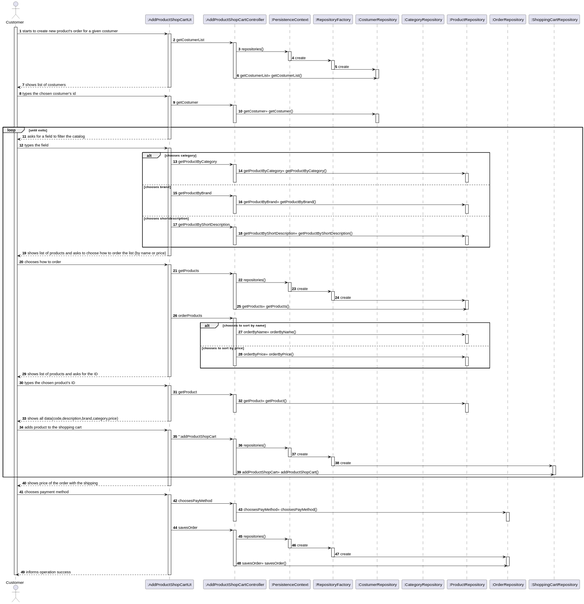
marttuga/LAPR4-SmartSystems keeps this PlantUML diagram as docs/Sprint3/US1501/US1501_SD.svg. Above is the earlier version.
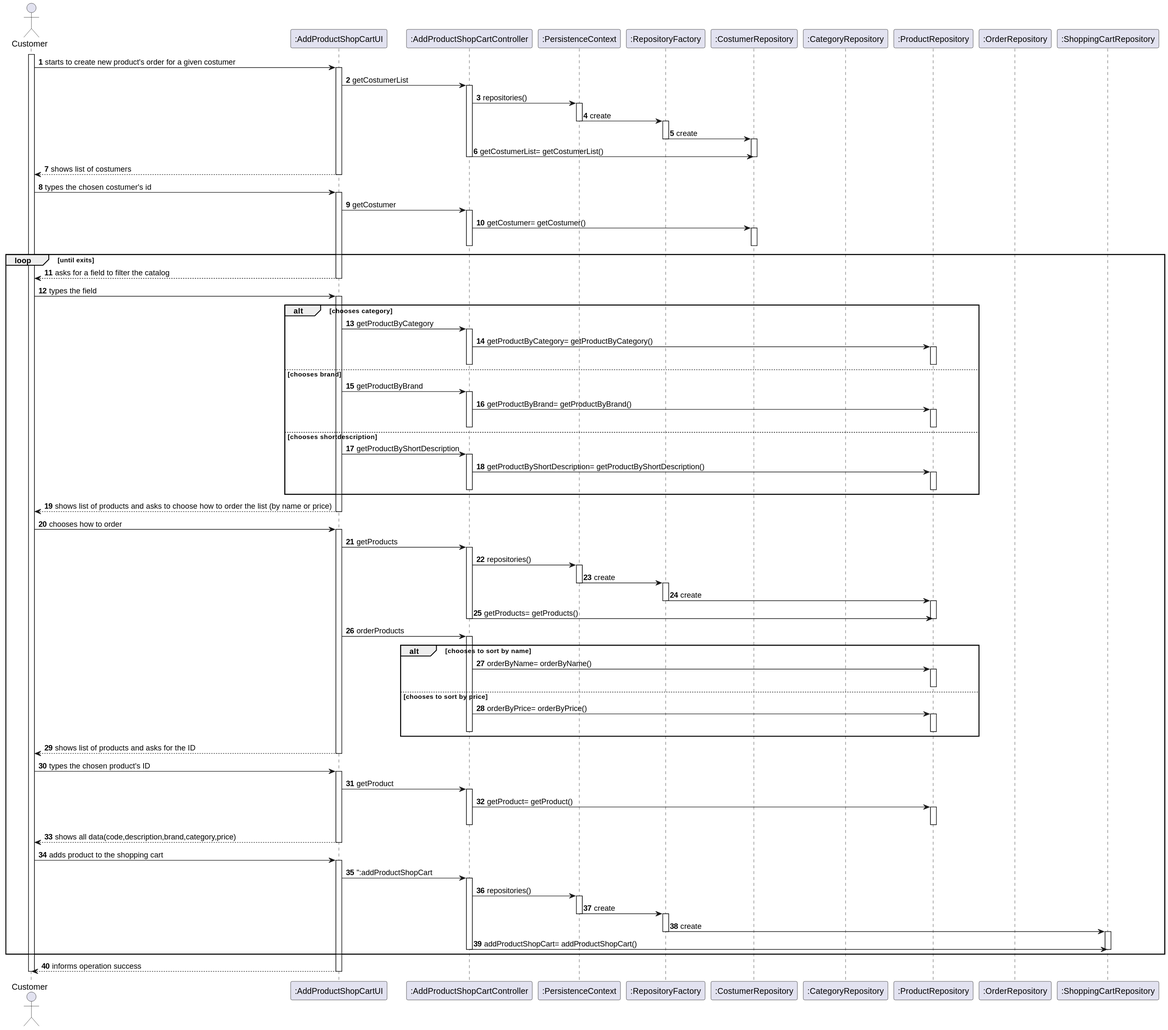
After the commit.

Diff of the diagram source:
```diff
@@ -160,39 +160,7 @@
 activate UI
 
 
-UI --> C : shows price of the order with the shipping
-deactivate UI
 
-C -> UI : chooses payment method
-activate UI
-
-
-UI -> CTRL : choosesPayMethod
-activate CTRL
-
-CTRL -> OrdRepo : choosesPayMethod= choosesPayMethod()
-activate OrdRepo
-deactivate CTRL
-
-deactivate OrdRepo
-
-
-
-UI -> CTRL : savesOrder
-activate CTRL
-CTRL -> PC : repositories()
-
-activate PC
-PC -> RF : create
-deactivate PC
-activate RF
-RF -> OrdRepo : create
-deactivate RF
-activate OrdRepo
-deactivate OrdRepo
-CTRL -> OrdRepo : savesOrder= savesOrder()
-deactivate CTRL
-deactivate OrdRepo
 
 UI --> C : informs operation success
 deactivate UI
```
